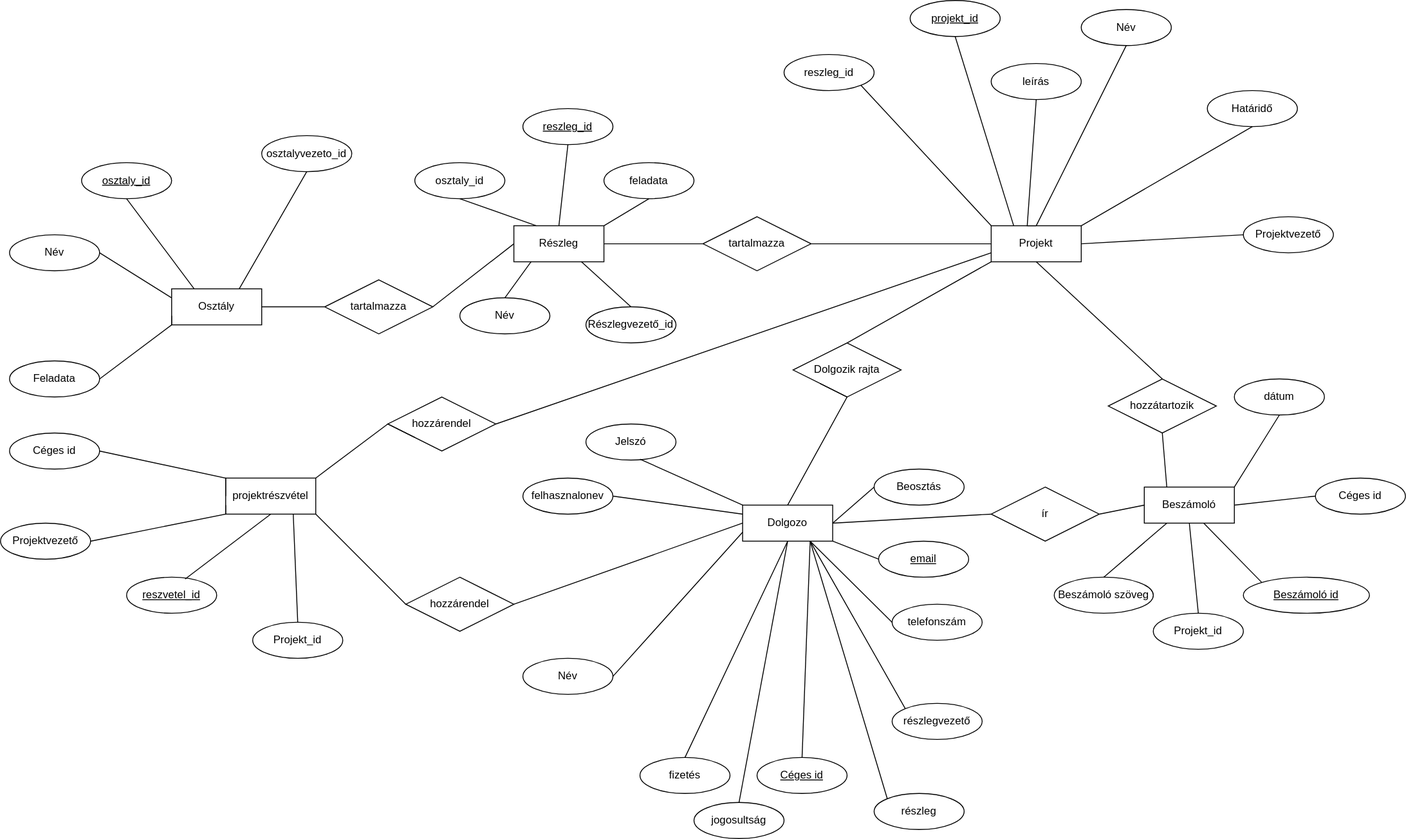
This is adatb.drawio.svg from Alfonz33/adatbazis-projektmunka, a draw.io export, as it was before one commit. Source tidied: cells renumbered, new cells last; positions are measured from the earlier drawing's top-left corner, leaving out a move shared by most shapes.
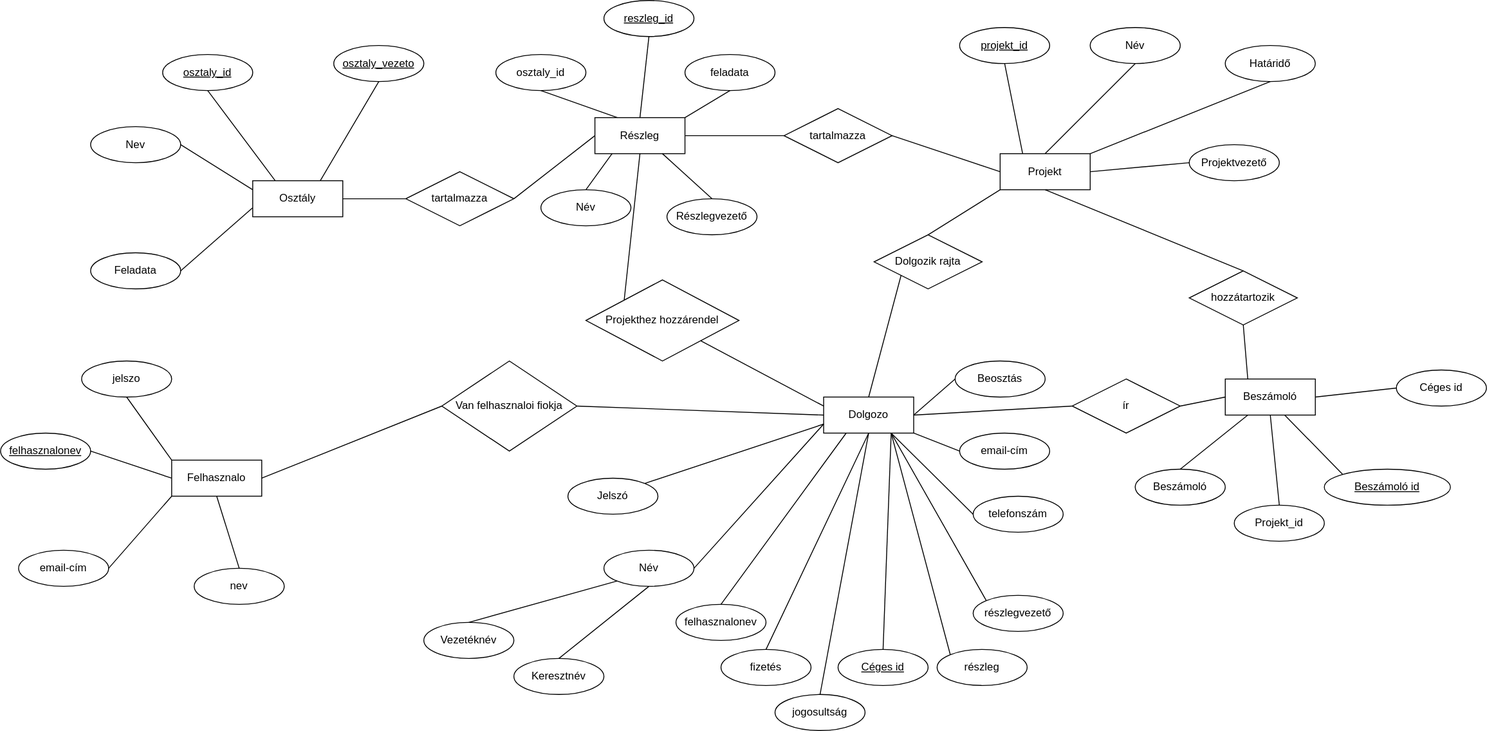
After the commit.

What changed in the source:
```diff
@@ -23,3 +23,3 @@
     <mxCell id="8" value="Projekt" style="whiteSpace=wrap;html=1;align=center;" parent="1" vertex="1">
-      <mxGeometry x="1100" y="250" width="100" height="40" as="geometry" />
+      <mxGeometry x="1020" y="290" width="100" height="40" as="geometry" />
     </mxCell>
@@ -35,3 +35,3 @@
     <mxCell id="12" value="Jelszó" style="ellipse;whiteSpace=wrap;html=1;align=center;" parent="1" vertex="1">
-      <mxGeometry x="650" y="470" width="100" height="40" as="geometry" />
+      <mxGeometry x="540" y="650" width="100" height="40" as="geometry" />
     </mxCell>
@@ -43,6 +43,3 @@
     </mxCell>
-    <mxCell id="15" value="hozzárendel" style="shape=rhombus;perimeter=rhombusPerimeter;whiteSpace=wrap;html=1;align=center;" parent="1" vertex="1">
-      <mxGeometry x="450" y="640" width="120" height="60" as="geometry" />
-    </mxCell>
-    <mxCell id="16" value="Részlegvezető_id" style="ellipse;whiteSpace=wrap;html=1;align=center;" parent="1" vertex="1">
+    <mxCell id="16" value="Részlegvezető" style="ellipse;whiteSpace=wrap;html=1;align=center;" parent="1" vertex="1">
       <mxGeometry x="650" y="340" width="100" height="40" as="geometry" />
@@ -50,18 +47,20 @@
     <mxCell id="17" value="Határidő" style="ellipse;whiteSpace=wrap;html=1;align=center;" parent="1" vertex="1">
-      <mxGeometry x="1340" y="100" width="100" height="40" as="geometry" />
+      <mxGeometry x="1270" y="170" width="100" height="40" as="geometry" />
     </mxCell>
     <mxCell id="18" value="Név" style="ellipse;whiteSpace=wrap;html=1;align=center;" parent="1" vertex="1">
-      <mxGeometry x="1200" y="10" width="100" height="40" as="geometry" />
+      <mxGeometry x="1120" y="150" width="100" height="40" as="geometry" />
     </mxCell>
     <mxCell id="19" value="Projektvezető" style="ellipse;whiteSpace=wrap;html=1;align=center;" parent="1" vertex="1">
-      <mxGeometry x="1380" y="240" width="100" height="40" as="geometry" />
+      <mxGeometry x="1230" y="280" width="100" height="40" as="geometry" />
     </mxCell>
+    <mxCell id="101" value="Vezetéknév" style="ellipse;whiteSpace=wrap;html=1;align=center;" parent="1" vertex="1">
+      <mxGeometry x="380" y="810" width="100" height="40" as="geometry" />
+    </mxCell>
+    <mxCell id="102" value="Keresztnév" style="ellipse;whiteSpace=wrap;html=1;align=center;" parent="1" vertex="1">
+      <mxGeometry x="480" y="850" width="100" height="40" as="geometry" />
+    </mxCell>
     <mxCell id="20" style="endArrow=none;html=1;rounded=0;exitX=1;exitY=0.5;exitDx=0;exitDy=0;entryX=0;entryY=0.75;entryDx=0;entryDy=0;" parent="1" edge="1" source="14" target="11">
-      <mxGeometry relative="1" as="geometry">
-        <Array as="points">
-          <mxPoint x="190" y="360" />
-        </Array>
-      </mxGeometry>
+      <mxGeometry relative="1" as="geometry" />
     </mxCell>
-    <mxCell id="21" value="Név" style="ellipse;whiteSpace=wrap;html=1;align=center;" parent="1" vertex="1">
+    <mxCell id="21" value="Nev" style="ellipse;whiteSpace=wrap;html=1;align=center;" parent="1" vertex="1">
       <mxGeometry x="10" y="260" width="100" height="40" as="geometry" />
@@ -77,3 +76,6 @@
     </mxCell>
+    <mxCell id="103" value="osztaly_vezeto" style="ellipse;whiteSpace=wrap;html=1;align=center;fontStyle=4;" parent="1" vertex="1">
+      <mxGeometry x="280" y="170" width="100" height="40" as="geometry" />
+    </mxCell>
-    <mxCell id="25" style="endArrow=none;html=1;rounded=0;exitX=0.5;exitY=1;exitDx=0;exitDy=0;entryX=0.75;entryY=0;entryDx=0;entryDy=0;" parent="1" edge="1" source="100" target="11">
+    <mxCell id="25" style="endArrow=none;html=1;rounded=0;exitX=0.5;exitY=1;exitDx=0;exitDy=0;entryX=0.75;entryY=0;entryDx=0;entryDy=0;" parent="1" edge="1" source="103" target="11">
       <mxGeometry relative="1" as="geometry" />
@@ -132,3 +134,3 @@
     <mxCell id="43" value="projekt_id" style="ellipse;whiteSpace=wrap;html=1;align=center;fontStyle=4;" parent="1" vertex="1">
-      <mxGeometry x="1010" width="100" height="40" as="geometry" />
+      <mxGeometry x="975" y="150" width="100" height="40" as="geometry" />
     </mxCell>
@@ -161,4 +163,4 @@
     </mxCell>
-    <mxCell id="53" value="Beszámoló szöveg" style="ellipse;whiteSpace=wrap;html=1;align=center;" parent="1" vertex="1">
-      <mxGeometry x="1170" y="640" width="110" height="40" as="geometry" />
+    <mxCell id="53" value="Beszámoló" style="ellipse;whiteSpace=wrap;html=1;align=center;" parent="1" vertex="1">
+      <mxGeometry x="1170" y="640" width="100" height="40" as="geometry" />
     </mxCell>
@@ -177,9 +179,5 @@
     <mxCell id="58" style="endArrow=none;html=1;rounded=0;exitX=0;exitY=1;exitDx=0;exitDy=0;entryX=0.5;entryY=0;entryDx=0;entryDy=0;" parent="1" edge="1" source="57" target="2">
-      <mxGeometry relative="1" as="geometry">
-        <Array as="points">
-          <mxPoint x="940" y="440" />
-        </Array>
-      </mxGeometry>
+      <mxGeometry relative="1" as="geometry" />
     </mxCell>
-    <mxCell id="59" style="endArrow=none;html=1;rounded=0;exitX=0.6;exitY=0.975;exitDx=0;exitDy=0;exitPerimeter=0;entryX=0;entryY=0;entryDx=0;entryDy=0;" parent="1" edge="1" source="12" target="2">
+    <mxCell id="59" style="endArrow=none;html=1;rounded=0;exitX=1;exitY=0;exitDx=0;exitDy=0;entryX=0;entryY=0.75;entryDx=0;entryDy=0;" parent="1" edge="1" source="12" target="2">
       <mxGeometry relative="1" as="geometry" />
@@ -189,44 +187,2 @@
     </mxCell>
-    <mxCell id="61" value="hozzárendel" style="shape=rhombus;perimeter=rhombusPerimeter;whiteSpace=wrap;html=1;align=center;" parent="1" vertex="1">
-      <mxGeometry x="430" y="440" width="120" height="60" as="geometry" />
-    </mxCell>
-    <mxCell id="62" style="endArrow=none;html=1;rounded=0;entryX=0;entryY=0.75;entryDx=0;entryDy=0;exitX=1;exitY=0.5;exitDx=0;exitDy=0;" parent="1" edge="1" source="61" target="8">
-      <mxGeometry relative="1" as="geometry" />
-    </mxCell>
-    <mxCell id="63" value="projektrészvétel" style="whiteSpace=wrap;html=1;align=center;" parent="1" vertex="1">
-      <mxGeometry x="250" y="530" width="100" height="40" as="geometry" />
-    </mxCell>
-    <mxCell id="64" style="endArrow=none;html=1;rounded=0;exitX=1;exitY=0;exitDx=0;exitDy=0;entryX=0;entryY=1;entryDx=0;entryDy=0;" parent="1" edge="1" source="63" target="61">
-      <mxGeometry relative="1" as="geometry">
-        <Array as="points">
-          <mxPoint x="430" y="470" />
-        </Array>
-      </mxGeometry>
-    </mxCell>
-    <mxCell id="65" value="Céges id" style="ellipse;whiteSpace=wrap;html=1;align=center;" parent="1" vertex="1">
-      <mxGeometry x="10" y="480" width="100" height="40" as="geometry" />
-    </mxCell>
-    <mxCell id="66" style="endArrow=none;html=1;rounded=0;exitX=1;exitY=0.5;exitDx=0;exitDy=0;entryX=0;entryY=0.5;entryDx=0;entryDy=0;" parent="1" edge="1" source="65" target="63">
-      <mxGeometry relative="1" as="geometry">
-        <Array as="points">
-          <mxPoint x="250" y="530" />
-        </Array>
-      </mxGeometry>
-    </mxCell>
-    <mxCell id="67" value="Projektvezető" style="ellipse;whiteSpace=wrap;html=1;align=center;" parent="1" vertex="1">
-      <mxGeometry y="580" width="100" height="40" as="geometry" />
-    </mxCell>
-    <mxCell id="68" style="endArrow=none;html=1;rounded=0;entryX=0;entryY=0.75;entryDx=0;entryDy=0;exitX=1;exitY=0.5;exitDx=0;exitDy=0;" parent="1" edge="1" source="67" target="63">
-      <mxGeometry relative="1" as="geometry">
-        <Array as="points">
-          <mxPoint x="250" y="570" />
-        </Array>
-      </mxGeometry>
-    </mxCell>
-    <mxCell id="69" value="reszvetel_&lt;span style=&quot;background-color: initial;&quot;&gt;id&lt;/span&gt;" style="ellipse;whiteSpace=wrap;html=1;align=center;fontStyle=4;" parent="1" vertex="1">
-      <mxGeometry x="140" y="640" width="100" height="40" as="geometry" />
-    </mxCell>
-    <mxCell id="70" style="endArrow=none;html=1;rounded=0;exitX=0.65;exitY=0.05;exitDx=0;exitDy=0;exitPerimeter=0;entryX=0.5;entryY=1;entryDx=0;entryDy=0;" parent="1" edge="1" source="69" target="63">
-      <mxGeometry relative="1" as="geometry" />
-    </mxCell>
     <mxCell id="71" style="endArrow=none;html=1;rounded=0;exitX=0.5;exitY=1;exitDx=0;exitDy=0;entryX=0.5;entryY=0;entryDx=0;entryDy=0;" parent="1" edge="1" source="3" target="54">
@@ -234,20 +190,11 @@
     </mxCell>
-    <mxCell id="72" value="Projekt_id" style="ellipse;whiteSpace=wrap;html=1;align=center;" parent="1" vertex="1">
-      <mxGeometry x="280" y="690" width="100" height="40" as="geometry" />
-    </mxCell>
-    <mxCell id="73" style="endArrow=none;html=1;rounded=0;exitX=0.75;exitY=1;exitDx=0;exitDy=0;entryX=0.5;entryY=0;entryDx=0;entryDy=0;" parent="1" edge="1" source="63" target="72">
-      <mxGeometry relative="1" as="geometry" />
-    </mxCell>
-    <mxCell id="74" style="endArrow=none;html=1;rounded=0;exitX=1;exitY=1;exitDx=0;exitDy=0;entryX=0;entryY=0.5;entryDx=0;entryDy=0;" parent="1" edge="1" source="63" target="15">
-      <mxGeometry relative="1" as="geometry" />
-    </mxCell>
-    <mxCell id="75" style="endArrow=none;html=1;rounded=0;exitX=1;exitY=0.5;exitDx=0;exitDy=0;entryX=0;entryY=0.5;entryDx=0;entryDy=0;" parent="1" edge="1" source="15" target="2">
-      <mxGeometry relative="1" as="geometry" />
-    </mxCell>
+    <mxCell id="104" style="endArrow=none;html=1;rounded=0;exitX=0;exitY=1;exitDx=0;exitDy=0;entryX=0.5;entryY=0;entryDx=0;entryDy=0;" parent="1" edge="1" source="9" target="101">
+      <mxGeometry relative="1" as="geometry" />
+    </mxCell>
+    <mxCell id="105" style="endArrow=none;html=1;rounded=0;exitX=0.5;exitY=0;exitDx=0;exitDy=0;entryX=0.5;entryY=1;entryDx=0;entryDy=0;" parent="1" edge="1" source="102" target="9">
+      <mxGeometry relative="1" as="geometry" />
+    </mxCell>
     <mxCell id="76" value="felhasznalonev" style="ellipse;whiteSpace=wrap;html=1;align=center;" parent="1" vertex="1">
-      <mxGeometry x="580" y="530" width="100" height="40" as="geometry" />
+      <mxGeometry x="660" y="790" width="100" height="40" as="geometry" />
     </mxCell>
-    <mxCell id="77" value="email" style="ellipse;whiteSpace=wrap;html=1;align=center;fontStyle=4;" parent="1" vertex="1">
-      <mxGeometry x="975" y="600" width="100" height="40" as="geometry" />
-    </mxCell>
     <mxCell id="78" value="telefonszám" style="ellipse;whiteSpace=wrap;html=1;align=center;" parent="1" vertex="1">
@@ -259,3 +206,3 @@
     <mxCell id="80" value="&lt;div style=&quot;text-align: center;&quot;&gt;&lt;span style=&quot;text-align: start; background-color: initial;&quot;&gt;részleg&lt;/span&gt;&lt;span style=&quot;color: rgba(0, 0, 0, 0); font-family: monospace; font-size: 0px; text-align: start; text-wrap-mode: nowrap; background-color: initial;&quot;&gt;%3CmxGraphModel%3E%3Croot%3E%3CmxCell%20id%3D%220%22%2F%3E%3CmxCell%20id%3D%221%22%20parent%3D%220%22%2F%3E%3CmxCell%20id%3D%222%22%20value%3D%22C%C3%A9ges%20azonosit%C3%B3%22%20style%3D%22ellipse%3BwhiteSpace%3Dwrap%3Bhtml%3D1%3Balign%3Dcenter%3BfontStyle%3D4%3B%22%20vertex%3D%221%22%20parent%3D%221%22%3E%3CmxGeometry%20x%3D%22290%22%20y%3D%22480%22%20width%3D%22100%22%20height%3D%2240%22%20as%3D%22geometry%22%2F%3E%3C%2FmxCell%3E%3C%2Froot%3E%3C%2FmxGraphMod&lt;/span&gt;&lt;/div&gt;" style="ellipse;whiteSpace=wrap;html=1;align=center;" parent="1" vertex="1">
-      <mxGeometry x="970" y="880" width="100" height="40" as="geometry" />
+      <mxGeometry x="950" y="840" width="100" height="40" as="geometry" />
     </mxCell>
@@ -267,3 +214,3 @@
     </mxCell>
-    <mxCell id="83" style="endArrow=none;html=1;rounded=0;exitX=1;exitY=1;exitDx=0;exitDy=0;entryX=0;entryY=0.5;entryDx=0;entryDy=0;" parent="1" edge="1" source="2" target="77">
+    <mxCell id="83" style="endArrow=none;html=1;rounded=0;exitX=1;exitY=1;exitDx=0;exitDy=0;entryX=0;entryY=0.5;entryDx=0;entryDy=0;" parent="1" edge="1" source="2" target="118">
       <mxGeometry relative="1" as="geometry" />
@@ -273,3 +220,3 @@
     </mxCell>
-    <mxCell id="85" style="endArrow=none;html=1;rounded=0;exitX=0;exitY=0.25;exitDx=0;exitDy=0;entryX=1;entryY=0.5;entryDx=0;entryDy=0;" parent="1" edge="1" source="2" target="76">
+    <mxCell id="85" style="endArrow=none;html=1;rounded=0;exitX=0.25;exitY=1;exitDx=0;exitDy=0;entryX=0.5;entryY=0;entryDx=0;entryDy=0;" parent="1" edge="1" source="2" target="76">
       <mxGeometry relative="1" as="geometry" />
@@ -300,27 +247,50 @@
     </mxCell>
-    <mxCell id="94" value="dátum" style="ellipse;whiteSpace=wrap;html=1;align=center;" parent="1" vertex="1">
-      <mxGeometry x="1370" y="420" width="100" height="40" as="geometry" />
-    </mxCell>
-    <mxCell id="95" style="endArrow=none;html=1;rounded=0;exitX=1;exitY=0;exitDx=0;exitDy=0;entryX=0.5;entryY=1;entryDx=0;entryDy=0;" parent="1" edge="1" source="3" target="94">
-      <mxGeometry relative="1" as="geometry" />
-    </mxCell>
-    <mxCell id="96" value="reszleg_id" style="ellipse;whiteSpace=wrap;html=1;align=center;" parent="1" vertex="1">
-      <mxGeometry x="870" y="60" width="100" height="40" as="geometry" />
-    </mxCell>
-    <mxCell id="97" style="endArrow=none;html=1;rounded=0;exitX=1;exitY=1;exitDx=0;exitDy=0;entryX=0;entryY=0;entryDx=0;entryDy=0;" parent="1" edge="1" source="96" target="8">
-      <mxGeometry relative="1" as="geometry" />
-    </mxCell>
-    <mxCell id="98" value="leírás" style="ellipse;whiteSpace=wrap;html=1;align=center;" parent="1" vertex="1">
-      <mxGeometry x="1100" y="70" width="100" height="40" as="geometry" />
-    </mxCell>
-    <mxCell id="99" style="endArrow=none;html=1;rounded=0;exitX=0.5;exitY=1;exitDx=0;exitDy=0;entryX=0.5;entryY=0;entryDx=0;entryDy=0;" parent="1" edge="1" source="98" target="8">
-      <mxGeometry relative="1" as="geometry">
-        <Array as="points">
-          <mxPoint x="1140" y="250" />
-        </Array>
-      </mxGeometry>
-    </mxCell>
-    <mxCell id="100" value="osztalyvezeto_id" style="ellipse;whiteSpace=wrap;html=1;align=center;" parent="1" vertex="1">
-      <mxGeometry x="290" y="150" width="100" height="40" as="geometry" />
-    </mxCell>
+    <mxCell id="106" value="Felhasznalo" style="whiteSpace=wrap;html=1;align=center;" parent="1" vertex="1">
+      <mxGeometry x="100" y="630" width="100" height="40" as="geometry" />
+    </mxCell>
+    <mxCell id="107" value="felhasznalonev" style="ellipse;whiteSpace=wrap;html=1;align=center;fontStyle=4;" parent="1" vertex="1">
+      <mxGeometry x="-90" y="600" width="100" height="40" as="geometry" />
+    </mxCell>
+    <mxCell id="108" value="jelszo" style="ellipse;whiteSpace=wrap;html=1;align=center;" parent="1" vertex="1">
+      <mxGeometry y="520" width="100" height="40" as="geometry" />
+    </mxCell>
+    <mxCell id="109" value="email-cím" style="ellipse;whiteSpace=wrap;html=1;align=center;" parent="1" vertex="1">
+      <mxGeometry x="-70" y="730" width="100" height="40" as="geometry" />
+    </mxCell>
+    <mxCell id="110" value="nev" style="ellipse;whiteSpace=wrap;html=1;align=center;" parent="1" vertex="1">
+      <mxGeometry x="125" y="750" width="100" height="40" as="geometry" />
+    </mxCell>
+    <mxCell id="111" style="endArrow=none;html=1;rounded=0;exitX=0.5;exitY=1;exitDx=0;exitDy=0;entryX=0;entryY=0;entryDx=0;entryDy=0;" parent="1" edge="1" source="108" target="106">
+      <mxGeometry relative="1" as="geometry" />
+    </mxCell>
+    <mxCell id="112" style="endArrow=none;html=1;rounded=0;exitX=1;exitY=0.5;exitDx=0;exitDy=0;entryX=0;entryY=0.5;entryDx=0;entryDy=0;" parent="1" edge="1" source="107" target="106">
+      <mxGeometry relative="1" as="geometry" />
+    </mxCell>
+    <mxCell id="113" style="endArrow=none;html=1;rounded=0;exitX=0.5;exitY=0;exitDx=0;exitDy=0;entryX=0.5;entryY=1;entryDx=0;entryDy=0;" parent="1" edge="1" source="110" target="106">
+      <mxGeometry relative="1" as="geometry" />
+    </mxCell>
+    <mxCell id="114" style="endArrow=none;html=1;rounded=0;exitX=1;exitY=0.5;exitDx=0;exitDy=0;entryX=0;entryY=1;entryDx=0;entryDy=0;" parent="1" edge="1" source="109" target="106">
+      <mxGeometry relative="1" as="geometry" />
+    </mxCell>
+    <mxCell id="115" value="Van felhasznaloi fiokja" style="shape=rhombus;perimeter=rhombusPerimeter;whiteSpace=wrap;html=1;align=center;" parent="1" vertex="1">
+      <mxGeometry x="400" y="520" width="150" height="100" as="geometry" />
+    </mxCell>
+    <mxCell id="116" style="endArrow=none;html=1;rounded=0;exitX=1;exitY=0.5;exitDx=0;exitDy=0;entryX=0;entryY=0.5;entryDx=0;entryDy=0;" parent="1" edge="1" source="115" target="2">
+      <mxGeometry relative="1" as="geometry" />
+    </mxCell>
+    <mxCell id="117" style="endArrow=none;html=1;rounded=0;exitX=1;exitY=0.5;exitDx=0;exitDy=0;entryX=0;entryY=0.5;entryDx=0;entryDy=0;" parent="1" edge="1" source="106" target="115">
+      <mxGeometry relative="1" as="geometry" />
+    </mxCell>
+    <mxCell id="118" value="email-cím" style="ellipse;whiteSpace=wrap;html=1;align=center;" parent="1" vertex="1">
+      <mxGeometry x="975" y="600" width="100" height="40" as="geometry" />
+    </mxCell>
+    <mxCell id="119" value="Projekthez hozzárendel" style="shape=rhombus;perimeter=rhombusPerimeter;whiteSpace=wrap;html=1;align=center;" parent="1" vertex="1">
+      <mxGeometry x="560" y="430" width="170" height="90" as="geometry" />
+    </mxCell>
+    <mxCell id="120" style="endArrow=none;html=1;rounded=0;exitX=0.5;exitY=1;exitDx=0;exitDy=0;entryX=0;entryY=0;entryDx=0;entryDy=0;" parent="1" edge="1" source="7" target="119">
+      <mxGeometry relative="1" as="geometry" />
+    </mxCell>
+    <mxCell id="121" style="endArrow=none;html=1;rounded=0;exitX=1;exitY=1;exitDx=0;exitDy=0;entryX=0;entryY=0.25;entryDx=0;entryDy=0;" parent="1" edge="1" source="119" target="2">
+      <mxGeometry relative="1" as="geometry" />
+    </mxCell>
   </root>
```
